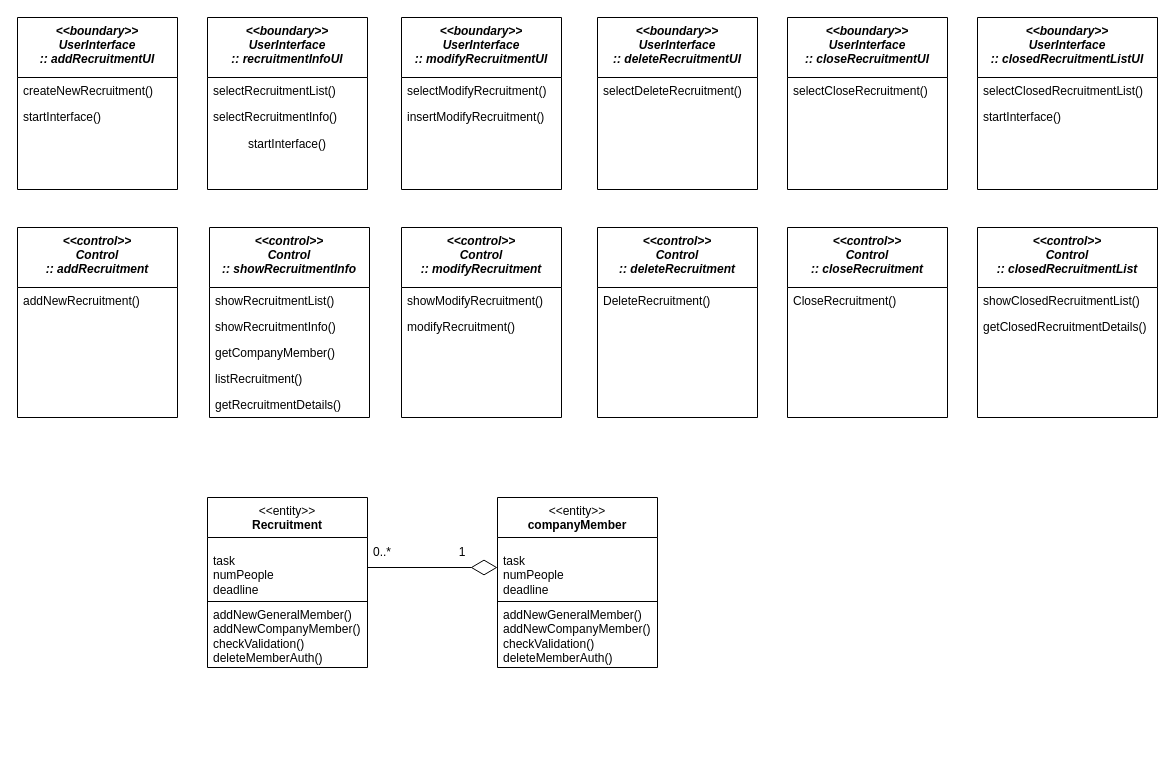
Before: analysis_class_diagram/analysis_class_diagram_최승혁.drawio in hjee02018/RecruitSystem, a draw.io diagram. Source tidied: cells renumbered, new cells numbered last; positions are measured from the earlier drawing's top-left corner, leaving out a move shared by most shapes. Both pictures are drawn from the tidied source at 100%, with x=0, y=0 at pixel (17, 17).
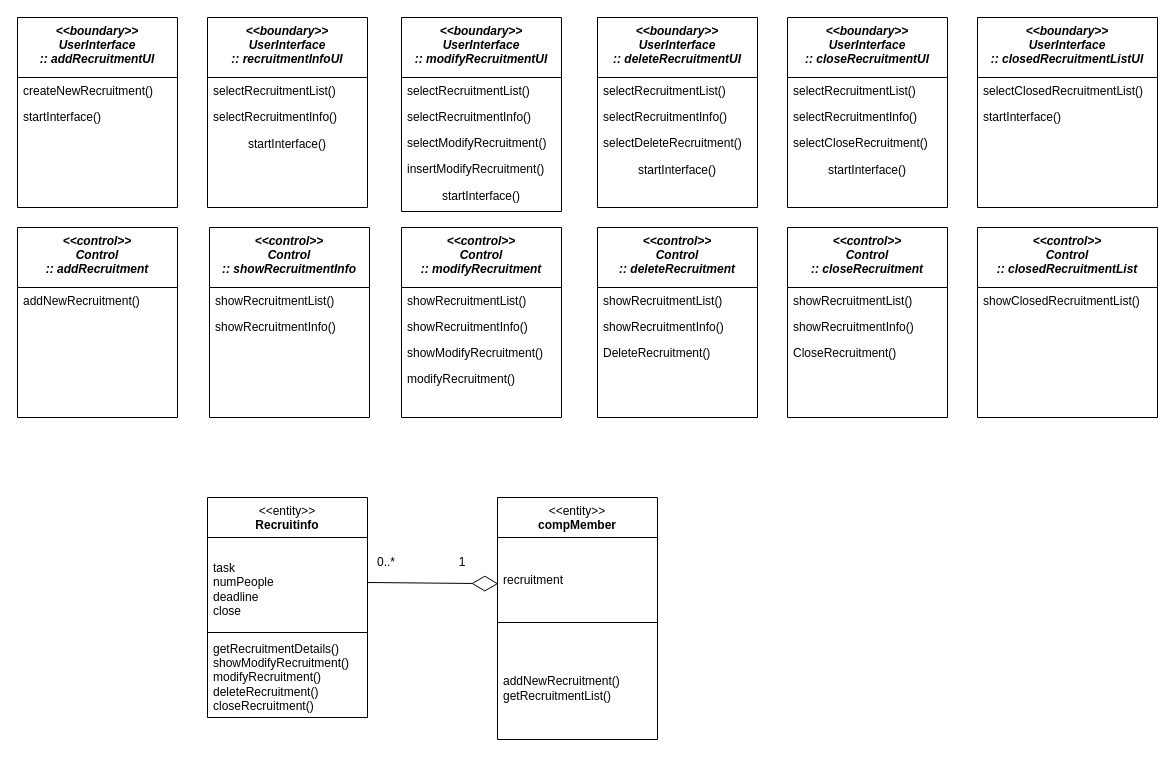
Above is the later version.

The change refers to these unchanged cells:
```xml
<mxCell id="21" value="&lt;&lt;control&gt;&gt;&#10;Control&#10;:: showRecruitmentInfo" style="swimlane;fontStyle=3;align=center;verticalAlign=top;horizontal=1;startSize=60;rounded=0;shadow=0;strokeWidth=1;" parent="1" vertex="1">
  <mxGeometry x="192" y="210" width="160" height="190" as="geometry" />
</mxCell>
<mxCell id="27" value="&lt;&lt;control&gt;&gt;&#10;Control&#10;:: modifyRecruitment" style="swimlane;fontStyle=3;align=center;verticalAlign=top;horizontal=1;startSize=60;rounded=0;shadow=0;strokeWidth=1;" parent="1" vertex="1">
  <mxGeometry x="384" y="210" width="160" height="190" as="geometry" />
</mxCell>
<mxCell id="30" value="&lt;&lt;control&gt;&gt;&#10;Control&#10;:: deleteRecruitment" style="swimlane;fontStyle=3;align=center;verticalAlign=top;horizontal=1;startSize=60;rounded=0;shadow=0;strokeWidth=1;" parent="1" vertex="1">
  <mxGeometry x="580" y="210" width="160" height="190" as="geometry" />
</mxCell>
<mxCell id="32" value="&lt;&lt;control&gt;&gt;&#10;Control&#10;:: closeRecruitment" style="swimlane;fontStyle=3;align=center;verticalAlign=top;horizontal=1;startSize=60;rounded=0;shadow=0;strokeWidth=1;" parent="1" vertex="1">
  <mxGeometry x="770" y="210" width="160" height="190" as="geometry" />
</mxCell>
<mxCell id="34" value="&lt;&lt;control&gt;&gt;&#10;Control&#10;:: closedRecruitmentList" style="swimlane;fontStyle=3;align=center;verticalAlign=top;horizontal=1;startSize=60;rounded=0;shadow=0;strokeWidth=1;" parent="1" vertex="1">
  <mxGeometry x="960" y="210" width="180" height="190" as="geometry" />
</mxCell>
```

The edit, as a diff of the source:
```diff
@@
     <mxCell id="2" value="&lt;&lt;boundary&gt;&gt;&#10;UserInterface&#10;:: addRecruitmentUI" style="swimlane;fontStyle=3;align=center;verticalAlign=top;horizontal=1;startSize=60;rounded=0;shadow=0;strokeWidth=1;" parent="1" vertex="1">
-      <mxGeometry width="160" height="172" as="geometry" />
+      <mxGeometry width="160" height="190" as="geometry" />
     </mxCell>
@@
     <mxCell id="5" value="&lt;&lt;boundary&gt;&gt;&#10;UserInterface&#10;:: modifyRecruitmentUI" style="swimlane;fontStyle=3;align=center;verticalAlign=top;horizontal=1;startSize=60;rounded=0;shadow=0;strokeWidth=1;" parent="1" vertex="1">
-      <mxGeometry x="384" width="160" height="172" as="geometry" />
+      <mxGeometry x="384" width="160" height="194" as="geometry" />
     </mxCell>
+    <mxCell id="48" value="selectRecruitmentList()" style="text;align=left;verticalAlign=top;spacingLeft=4;spacingRight=4;overflow=hidden;" parent="5" vertex="1">
+      <mxGeometry y="60" width="160" height="26" as="geometry" />
+    </mxCell>
+    <mxCell id="10" value="selectRecruitmentInfo()" style="text;align=left;verticalAlign=top;spacingLeft=4;spacingRight=4;overflow=hidden;rounded=0;shadow=0;html=0;" parent="5" vertex="1">
+      <mxGeometry y="86" width="160" height="26" as="geometry" />
+    </mxCell>
     <mxCell id="6" value="selectModifyRecruitment()" style="text;align=left;verticalAlign=top;spacingLeft=4;spacingRight=4;overflow=hidden;" parent="5" vertex="1">
-      <mxGeometry y="60" width="160" height="26" as="geometry" />
+      <mxGeometry y="112" width="160" height="26" as="geometry" />
     </mxCell>
     <mxCell id="7" value="insertModifyRecruitment()" style="text;align=left;verticalAlign=top;spacingLeft=4;spacingRight=4;overflow=hidden;rounded=0;shadow=0;html=0;" parent="5" vertex="1">
-      <mxGeometry y="86" width="160" height="26" as="geometry" />
+      <mxGeometry y="138" width="160" height="26" as="geometry" />
     </mxCell>
+    <mxCell id="49" value="startInterface()" style="text;html=1;strokeColor=none;fillColor=none;align=center;verticalAlign=middle;whiteSpace=wrap;rounded=0;" parent="5" vertex="1">
+      <mxGeometry y="164" width="160" height="30" as="geometry" />
+    </mxCell>
     <mxCell id="8" value="&lt;&lt;boundary&gt;&gt;&#10;UserInterface&#10;:: recruitmentInfoUI" style="swimlane;fontStyle=3;align=center;verticalAlign=top;horizontal=1;startSize=60;rounded=0;shadow=0;strokeWidth=1;" parent="1" vertex="1">
-      <mxGeometry x="190" width="160" height="172" as="geometry" />
+      <mxGeometry x="190" width="160" height="190" as="geometry" />
     </mxCell>
@@
-    <mxCell id="10" value="selectRecruitmentInfo()" style="text;align=left;verticalAlign=top;spacingLeft=4;spacingRight=4;overflow=hidden;rounded=0;shadow=0;html=0;" parent="8" vertex="1">
-      <mxGeometry y="86" width="160" height="26" as="geometry" />
-    </mxCell>
+    <mxCell id="50" value="selectRecruitmentInfo()" style="text;align=left;verticalAlign=top;spacingLeft=4;spacingRight=4;overflow=hidden;rounded=0;shadow=0;html=0;" parent="8" vertex="1">
+      <mxGeometry y="86" width="160" height="26" as="geometry" />
+    </mxCell>
@@
     <mxCell id="12" value="&lt;&lt;boundary&gt;&gt;&#10;UserInterface&#10;:: deleteRecruitmentUI" style="swimlane;fontStyle=3;align=center;verticalAlign=top;horizontal=1;startSize=60;rounded=0;shadow=0;strokeWidth=1;" parent="1" vertex="1">
-      <mxGeometry x="580" width="160" height="172" as="geometry" />
+      <mxGeometry x="580" width="160" height="190" as="geometry" />
     </mxCell>
+    <mxCell id="51" value="selectRecruitmentList()" style="text;align=left;verticalAlign=top;spacingLeft=4;spacingRight=4;overflow=hidden;" parent="12" vertex="1">
+      <mxGeometry y="60" width="160" height="26" as="geometry" />
+    </mxCell>
+    <mxCell id="52" value="selectRecruitmentInfo()" style="text;align=left;verticalAlign=top;spacingLeft=4;spacingRight=4;overflow=hidden;rounded=0;shadow=0;html=0;" parent="12" vertex="1">
+      <mxGeometry y="86" width="160" height="26" as="geometry" />
+    </mxCell>
     <mxCell id="13" value="selectDeleteRecruitment()" style="text;align=left;verticalAlign=top;spacingLeft=4;spacingRight=4;overflow=hidden;" parent="12" vertex="1">
-      <mxGeometry y="60" width="160" height="26" as="geometry" />
+      <mxGeometry y="112" width="160" height="26" as="geometry" />
     </mxCell>
+    <mxCell id="53" value="startInterface()" style="text;html=1;strokeColor=none;fillColor=none;align=center;verticalAlign=middle;whiteSpace=wrap;rounded=0;" parent="12" vertex="1">
+      <mxGeometry y="138" width="160" height="30" as="geometry" />
+    </mxCell>
     <mxCell id="14" value="&lt;&lt;boundary&gt;&gt;&#10;UserInterface&#10;:: closeRecruitmentUI" style="swimlane;fontStyle=3;align=center;verticalAlign=top;horizontal=1;startSize=60;rounded=0;shadow=0;strokeWidth=1;" parent="1" vertex="1">
-      <mxGeometry x="770" width="160" height="172" as="geometry" />
+      <mxGeometry x="770" width="160" height="190" as="geometry" />
     </mxCell>
+    <mxCell id="54" value="selectRecruitmentList()" style="text;align=left;verticalAlign=top;spacingLeft=4;spacingRight=4;overflow=hidden;" parent="14" vertex="1">
+      <mxGeometry y="60" width="160" height="26" as="geometry" />
+    </mxCell>
+    <mxCell id="55" value="selectRecruitmentInfo()" style="text;align=left;verticalAlign=top;spacingLeft=4;spacingRight=4;overflow=hidden;rounded=0;shadow=0;html=0;" parent="14" vertex="1">
+      <mxGeometry y="86" width="160" height="26" as="geometry" />
+    </mxCell>
     <mxCell id="15" value="selectCloseRecruitment()" style="text;align=left;verticalAlign=top;spacingLeft=4;spacingRight=4;overflow=hidden;" parent="14" vertex="1">
-      <mxGeometry y="60" width="160" height="26" as="geometry" />
+      <mxGeometry y="112" width="160" height="26" as="geometry" />
     </mxCell>
+    <mxCell id="56" value="startInterface()" style="text;html=1;strokeColor=none;fillColor=none;align=center;verticalAlign=middle;whiteSpace=wrap;rounded=0;" parent="14" vertex="1">
+      <mxGeometry y="138" width="160" height="30" as="geometry" />
+    </mxCell>
     <mxCell id="16" value="&lt;&lt;boundary&gt;&gt;&#10;UserInterface&#10;:: closedRecruitmentListUI" style="swimlane;fontStyle=3;align=center;verticalAlign=top;horizontal=1;startSize=60;rounded=0;shadow=0;strokeWidth=1;" parent="1" vertex="1">
-      <mxGeometry x="960" width="180" height="172" as="geometry" />
+      <mxGeometry x="960" width="180" height="190" as="geometry" />
     </mxCell>
@@
-    <mxCell id="24" value="getCompanyMember()" style="text;align=left;verticalAlign=top;spacingLeft=4;spacingRight=4;overflow=hidden;" parent="21" vertex="1">
-      <mxGeometry y="112" width="160" height="26" as="geometry" />
-    </mxCell>
-    <mxCell id="25" value="listRecruitment()" style="text;align=left;verticalAlign=top;spacingLeft=4;spacingRight=4;overflow=hidden;" parent="21" vertex="1">
-      <mxGeometry y="138" width="160" height="26" as="geometry" />
-    </mxCell>
-    <mxCell id="26" value="getRecruitmentDetails()" style="text;align=left;verticalAlign=top;spacingLeft=4;spacingRight=4;overflow=hidden;" parent="21" vertex="1">
-      <mxGeometry y="164" width="160" height="26" as="geometry" />
-    </mxCell>
@@
+    <mxCell id="57" value="showRecruitmentList()" style="text;align=left;verticalAlign=top;spacingLeft=4;spacingRight=4;overflow=hidden;" parent="27" vertex="1">
+      <mxGeometry y="60" width="160" height="26" as="geometry" />
+    </mxCell>
+    <mxCell id="58" value="showRecruitmentInfo()&#10;" style="text;align=left;verticalAlign=top;spacingLeft=4;spacingRight=4;overflow=hidden;" parent="27" vertex="1">
+      <mxGeometry y="86" width="160" height="26" as="geometry" />
+    </mxCell>
     <mxCell id="28" value="showModifyRecruitment()" style="text;align=left;verticalAlign=top;spacingLeft=4;spacingRight=4;overflow=hidden;" parent="27" vertex="1">
-      <mxGeometry y="60" width="160" height="26" as="geometry" />
+      <mxGeometry y="112" width="160" height="26" as="geometry" />
     </mxCell>
     <mxCell id="29" value="modifyRecruitment()" style="text;align=left;verticalAlign=top;spacingLeft=4;spacingRight=4;overflow=hidden;" parent="27" vertex="1">
-      <mxGeometry y="86" width="160" height="26" as="geometry" />
+      <mxGeometry y="138" width="160" height="26" as="geometry" />
     </mxCell>
@@
+    <mxCell id="59" value="showRecruitmentList()" style="text;align=left;verticalAlign=top;spacingLeft=4;spacingRight=4;overflow=hidden;" parent="30" vertex="1">
+      <mxGeometry y="60" width="160" height="26" as="geometry" />
+    </mxCell>
+    <mxCell id="60" value="showRecruitmentInfo()&#10;" style="text;align=left;verticalAlign=top;spacingLeft=4;spacingRight=4;overflow=hidden;" parent="30" vertex="1">
+      <mxGeometry y="86" width="160" height="26" as="geometry" />
+    </mxCell>
     <mxCell id="31" value="DeleteRecruitment()" style="text;align=left;verticalAlign=top;spacingLeft=4;spacingRight=4;overflow=hidden;" parent="30" vertex="1">
-      <mxGeometry y="60" width="160" height="26" as="geometry" />
+      <mxGeometry y="112" width="160" height="26" as="geometry" />
     </mxCell>
@@
+    <mxCell id="61" value="showRecruitmentList()" style="text;align=left;verticalAlign=top;spacingLeft=4;spacingRight=4;overflow=hidden;" parent="32" vertex="1">
+      <mxGeometry y="60" width="160" height="26" as="geometry" />
+    </mxCell>
+    <mxCell id="62" value="showRecruitmentInfo()&#10;" style="text;align=left;verticalAlign=top;spacingLeft=4;spacingRight=4;overflow=hidden;" parent="32" vertex="1">
+      <mxGeometry y="86" width="160" height="26" as="geometry" />
+    </mxCell>
     <mxCell id="33" value="CloseRecruitment()" style="text;align=left;verticalAlign=top;spacingLeft=4;spacingRight=4;overflow=hidden;" parent="32" vertex="1">
-      <mxGeometry y="60" width="160" height="26" as="geometry" />
+      <mxGeometry y="112" width="160" height="26" as="geometry" />
     </mxCell>
@@
-    <mxCell id="36" value="getClosedRecruitmentDetails()" style="text;align=left;verticalAlign=top;spacingLeft=4;spacingRight=4;overflow=hidden;" parent="34" vertex="1">
-      <mxGeometry y="86" width="180" height="26" as="geometry" />
-    </mxCell>
-    <mxCell id="37" value="&amp;lt;&amp;lt;entity&amp;gt;&amp;gt;&lt;br&gt;&lt;b&gt;Recruitment&lt;/b&gt;" style="swimlane;fontStyle=0;align=center;verticalAlign=top;horizontal=1;startSize=40;html=1;whiteSpace=wrap;" parent="1" vertex="1">
-      <mxGeometry x="190" y="480" width="160" height="170" as="geometry" />
+    <mxCell id="37" value="&amp;lt;&amp;lt;entity&amp;gt;&amp;gt;&lt;br&gt;&lt;b&gt;Recruitinfo&lt;/b&gt;" style="swimlane;fontStyle=0;align=center;verticalAlign=top;horizontal=1;startSize=40;html=1;whiteSpace=wrap;" parent="1" vertex="1">
+      <mxGeometry x="190" y="480" width="160" height="220" as="geometry" />
     </mxCell>
-    <mxCell id="38" value="&lt;br&gt;task&lt;br&gt;numPeople&lt;br&gt;deadline" style="text;html=1;strokeColor=none;fillColor=none;align=left;verticalAlign=middle;spacingLeft=4;spacingRight=4;overflow=hidden;points=[[0,0.5],[1,0.5]];portConstraint=eastwest;whiteSpace=wrap;" parent="37" vertex="1">
-      <mxGeometry y="40" width="160" height="60" as="geometry" />
+    <mxCell id="38" value="&lt;br&gt;task&lt;br&gt;numPeople&lt;br&gt;deadline&lt;br&gt;close" style="text;html=1;strokeColor=none;fillColor=none;align=left;verticalAlign=middle;spacingLeft=4;spacingRight=4;overflow=hidden;points=[[0,0.5],[1,0.5]];portConstraint=eastwest;whiteSpace=wrap;" parent="37" vertex="1">
+      <mxGeometry y="40" width="160" height="90" as="geometry" />
     </mxCell>
     <mxCell id="39" style="line;strokeWidth=1;fillColor=none;align=left;verticalAlign=middle;spacingTop=-1;spacingLeft=3;spacingRight=3;labelPosition=right;" parent="37" vertex="1">
-      <mxGeometry y="100" width="160" height="8" as="geometry" />
+      <mxGeometry y="130" width="160" height="10" as="geometry" />
     </mxCell>
-    <mxCell id="40" value="addNewGeneralMember()&lt;br&gt;addNewCompanyMember()&lt;br&gt;checkValidation()&lt;br&gt;deleteMemberAuth()" style="text;html=1;strokeColor=none;fillColor=none;align=left;verticalAlign=middle;spacingLeft=4;spacingRight=4;overflow=hidden;whiteSpace=wrap;" parent="37" vertex="1">
-      <mxGeometry y="108" width="160" height="62" as="geometry" />
+    <mxCell id="40" value="getRecruitmentDetails()&lt;br&gt;showModifyRecruitment()&lt;br&gt;modifyRecruitment()&lt;br&gt;deleteRecruitment()&lt;br&gt;closeRecruitment()" style="text;html=1;strokeColor=none;fillColor=none;align=left;verticalAlign=middle;spacingLeft=4;spacingRight=4;overflow=hidden;whiteSpace=wrap;" parent="37" vertex="1">
+      <mxGeometry y="140" width="160" height="80" as="geometry" />
     </mxCell>
-    <mxCell id="41" value="&amp;lt;&amp;lt;entity&amp;gt;&amp;gt;&lt;br&gt;&lt;b&gt;companyMember&lt;/b&gt;" style="swimlane;fontStyle=0;align=center;verticalAlign=top;horizontal=1;startSize=40;html=1;whiteSpace=wrap;" parent="1" vertex="1">
-      <mxGeometry x="480" y="480" width="160" height="170" as="geometry" />
+    <mxCell id="41" value="&amp;lt;&amp;lt;entity&amp;gt;&amp;gt;&lt;br&gt;&lt;b&gt;compMember&lt;/b&gt;" style="swimlane;fontStyle=0;align=center;verticalAlign=top;horizontal=1;startSize=40;html=1;whiteSpace=wrap;" parent="1" vertex="1">
+      <mxGeometry x="480" y="480" width="160" height="242" as="geometry" />
     </mxCell>
-    <mxCell id="42" value="&lt;br&gt;task&lt;br&gt;numPeople&lt;br&gt;deadline" style="text;html=1;strokeColor=none;fillColor=none;align=left;verticalAlign=middle;spacingLeft=4;spacingRight=4;overflow=hidden;points=[[0,0.5],[1,0.5]];portConstraint=eastwest;whiteSpace=wrap;" parent="41" vertex="1">
-      <mxGeometry y="40" width="160" height="60" as="geometry" />
+    <mxCell id="42" value="&lt;br&gt;recruitment" style="text;html=1;strokeColor=none;fillColor=none;align=left;verticalAlign=middle;spacingLeft=4;spacingRight=4;overflow=hidden;points=[[0,0.5],[1,0.5]];portConstraint=eastwest;whiteSpace=wrap;" parent="41" vertex="1">
+      <mxGeometry y="40" width="160" height="70" as="geometry" />
     </mxCell>
     <mxCell id="43" style="line;strokeWidth=1;fillColor=none;align=left;verticalAlign=middle;spacingTop=-1;spacingLeft=3;spacingRight=3;labelPosition=right;" parent="41" vertex="1">
-      <mxGeometry y="100" width="160" height="8" as="geometry" />
+      <mxGeometry y="110" width="160" height="30" as="geometry" />
     </mxCell>
-    <mxCell id="44" value="addNewGeneralMember()&lt;br&gt;addNewCompanyMember()&lt;br&gt;checkValidation()&lt;br&gt;deleteMemberAuth()" style="text;html=1;strokeColor=none;fillColor=none;align=left;verticalAlign=middle;spacingLeft=4;spacingRight=4;overflow=hidden;whiteSpace=wrap;" parent="41" vertex="1">
-      <mxGeometry y="108" width="160" height="62" as="geometry" />
+    <mxCell id="44" value="addNewRecruitment()&lt;br&gt;getRecruitmentList()" style="text;html=1;strokeColor=none;fillColor=none;align=left;verticalAlign=middle;spacingLeft=4;spacingRight=4;overflow=hidden;whiteSpace=wrap;" parent="41" vertex="1">
+      <mxGeometry y="140" width="160" height="102" as="geometry" />
     </mxCell>
     <mxCell id="45" value="1" style="text;html=1;strokeColor=none;fillColor=none;align=center;verticalAlign=middle;whiteSpace=wrap;rounded=0;" parent="1" vertex="1">
-      <mxGeometry x="430" y="520" width="30" height="30" as="geometry" />
+      <mxGeometry x="430" y="530" width="30" height="30" as="geometry" />
     </mxCell>
-    <mxCell id="46" style="endArrow=diamondThin;endFill=0;endSize=24;html=1;rounded=0;entryX=0;entryY=0.5;entryDx=0;entryDy=0;exitX=1;exitY=0.5;exitDx=0;exitDy=0;" parent="1" edge="1" source="38" target="42">
+    <mxCell id="46" style="endArrow=diamondThin;endFill=0;endSize=24;html=1;rounded=0;entryX=0.005;entryY=0.66;entryDx=0;entryDy=0;exitX=1;exitY=0.5;exitDx=0;exitDy=0;entryPerimeter=0;" parent="1" edge="1" source="38" target="42">
       <mxGeometry relative="1" as="geometry" />
     </mxCell>
     <mxCell id="47" value="0..*" style="text;html=1;strokeColor=none;fillColor=none;align=center;verticalAlign=middle;whiteSpace=wrap;rounded=0;" parent="1" vertex="1">
-      <mxGeometry x="350" y="520" width="30" height="30" as="geometry" />
+      <mxGeometry x="354" y="530" width="30" height="30" as="geometry" />
     </mxCell>
```
